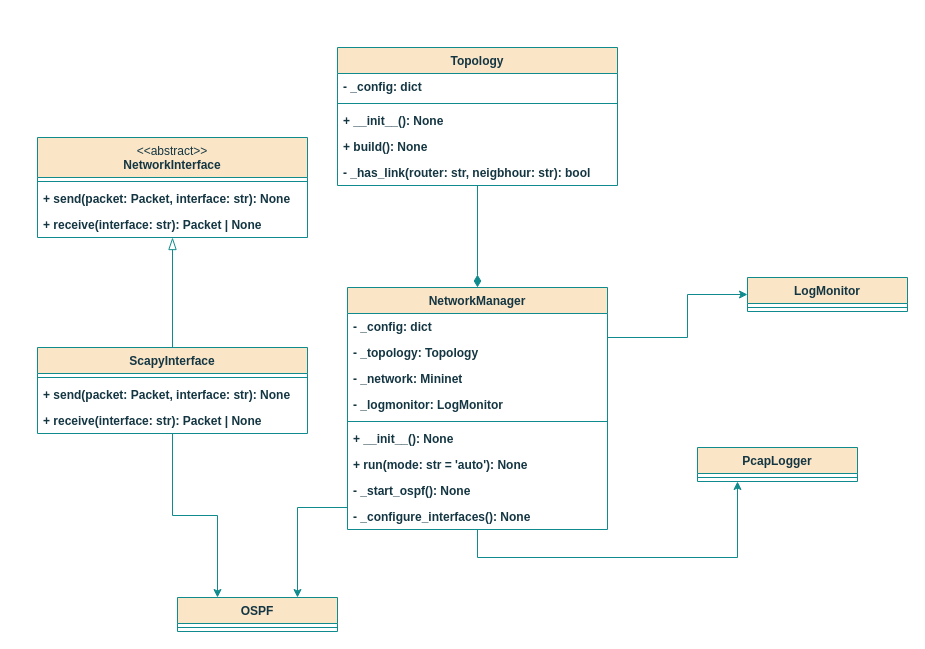
x3gan/thesis keeps this draw.io diagram as page "network_osztalydiagram" (5 of 12) of documentation/abrak.drawio. Above is the earlier version. Source tidied: cells renumbered, new cells numbered last; positions are measured from the earlier drawing's top-left corner, leaving out a move shared by most shapes. Both pictures are drawn from the tidied source at 100%, with x=0, y=0 at pixel (37, 47).
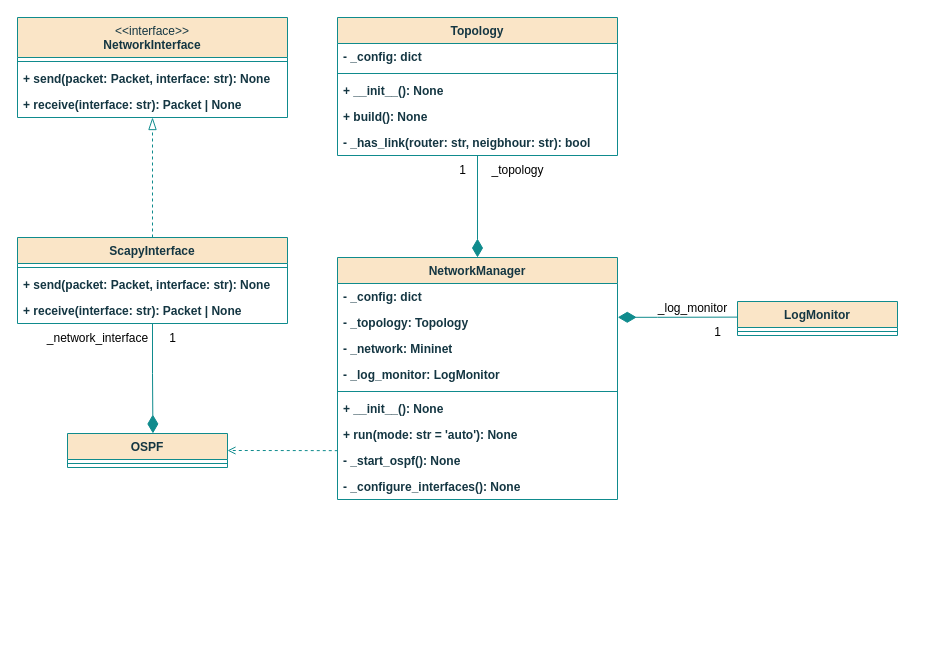
The same page after the edit.

Unchanged cells that the change refers to:
```xml
<mxCell id="5" value="+ receive(interface: str): Packet | None" style="text;strokeColor=none;fillColor=none;align=left;verticalAlign=top;spacingLeft=4;spacingRight=4;overflow=hidden;points=[[0,0.5],[1,0.5]];portConstraint=eastwest;whiteSpace=wrap;html=1;fontFamily=Helvetica;fontSize=12;fontColor=#143642;fontStyle=1;labelBackgroundColor=none;horizontal=1;" parent="2" vertex="1">
  <mxGeometry y="74" width="270" height="26" as="geometry" />
</mxCell>
```

Diff of the diagram source:
```diff
@@
-    <mxCell id="2" value="&lt;div&gt;&lt;span style=&quot;font-weight: normal;&quot;&gt;&amp;lt;&amp;lt;abstract&amp;gt;&amp;gt;&lt;/span&gt;&lt;/div&gt;NetworkInterface" style="swimlane;fontStyle=1;align=center;verticalAlign=top;horizontal=1;startSize=40;whiteSpace=wrap;html=1;fillColor=#FAE5C7;strokeColor=#0F8B8D;fontFamily=Helvetica;fontSize=12;fontColor=#143642;labelBackgroundColor=none;" parent="1" vertex="1">
-      <mxGeometry y="90" width="270" height="100" as="geometry" />
+    <mxCell id="2" value="&lt;div&gt;&lt;span style=&quot;font-weight: normal;&quot;&gt;&amp;lt;&amp;lt;interface&amp;gt;&amp;gt;&lt;/span&gt;&lt;/div&gt;NetworkInterface" style="swimlane;fontStyle=1;align=center;verticalAlign=top;horizontal=1;startSize=40;whiteSpace=wrap;html=1;fillColor=#FAE5C7;strokeColor=#0F8B8D;fontFamily=Helvetica;fontSize=12;fontColor=#143642;labelBackgroundColor=none;" parent="1" vertex="1">
+      <mxGeometry x="-20" y="-30" width="270" height="100" as="geometry" />
     </mxCell>
@@
-    <mxCell id="6" style="edgeStyle=orthogonalEdgeStyle;rounded=0;jettySize=auto;html=1;entryX=0.5;entryY=1.002;entryDx=0;entryDy=0;entryPerimeter=0;endArrow=blockThin;endFill=0;strokeWidth=1;endSize=10;startSize=40;fillColor=#FAE5C7;strokeColor=#0F8B8D;align=center;verticalAlign=top;fontFamily=Helvetica;fontSize=12;fontColor=#143642;fontStyle=1;labelBackgroundColor=none;horizontal=1;" parent="1" edge="1" source="8" target="5">
+    <mxCell id="6" style="edgeStyle=orthogonalEdgeStyle;rounded=0;jettySize=auto;html=1;entryX=0.5;entryY=1.002;entryDx=0;entryDy=0;entryPerimeter=0;endArrow=blockThin;endFill=0;strokeWidth=1;endSize=10;startSize=40;fillColor=#FAE5C7;strokeColor=#0F8B8D;align=center;verticalAlign=top;fontFamily=Helvetica;fontSize=12;fontColor=#143642;fontStyle=1;labelBackgroundColor=none;horizontal=1;dashed=1;" parent="1" edge="1" source="8" target="5">
       <mxGeometry relative="1" as="geometry" />
     </mxCell>
-    <mxCell id="7" style="edgeStyle=orthogonalEdgeStyle;rounded=0;jettySize=auto;html=1;entryX=0.25;entryY=0;entryDx=0;entryDy=0;strokeColor=#0F8B8D;align=center;verticalAlign=top;fontFamily=Helvetica;fontSize=12;fontColor=#143642;fontStyle=1;labelBackgroundColor=none;horizontal=1;startSize=26;fillColor=#FAE5C7;" parent="1" edge="1" source="8" target="32">
+    <mxCell id="7" style="edgeStyle=orthogonalEdgeStyle;rounded=0;jettySize=auto;html=1;entryX=0.534;entryY=-0.002;entryDx=0;entryDy=0;strokeColor=#0F8B8D;align=center;verticalAlign=top;fontFamily=Helvetica;fontSize=12;fontColor=#143642;fontStyle=1;labelBackgroundColor=none;horizontal=1;startSize=26;fillColor=#FAE5C7;entryPerimeter=0;endArrow=diamondThin;endFill=1;endSize=16;" parent="1" edge="1" source="8" target="32">
       <mxGeometry relative="1" as="geometry" />
     </mxCell>
     <mxCell id="8" value="ScapyInterface" style="swimlane;fontStyle=1;align=center;verticalAlign=top;horizontal=1;startSize=26;whiteSpace=wrap;html=1;strokeColor=#0F8B8D;fontFamily=Helvetica;fontSize=12;fontColor=#143642;labelBackgroundColor=none;fillColor=#FAE5C7;" parent="1" vertex="1">
-      <mxGeometry y="300" width="270" height="86" as="geometry" />
+      <mxGeometry x="-20" y="190" width="270" height="86" as="geometry" />
     </mxCell>
@@
-    <mxCell id="12" style="edgeStyle=orthogonalEdgeStyle;rounded=0;jettySize=auto;html=1;entryX=0.5;entryY=0;entryDx=0;entryDy=0;endArrow=diamondThin;endFill=1;endSize=10;startSize=26;strokeColor=#0F8B8D;align=center;verticalAlign=top;fontFamily=Helvetica;fontSize=12;fontColor=#143642;fontStyle=1;labelBackgroundColor=none;horizontal=1;fillColor=#FAE5C7;" parent="1" edge="1" source="13" target="22">
+    <mxCell id="12" style="edgeStyle=orthogonalEdgeStyle;rounded=0;jettySize=auto;html=1;entryX=0.5;entryY=0;entryDx=0;entryDy=0;endArrow=diamondThin;endFill=1;endSize=16;startSize=26;strokeColor=#0F8B8D;align=center;verticalAlign=top;fontFamily=Helvetica;fontSize=12;fontColor=#143642;fontStyle=1;labelBackgroundColor=none;horizontal=1;fillColor=#FAE5C7;" parent="1" edge="1" source="13" target="22">
       <mxGeometry relative="1" as="geometry" />
     </mxCell>
     <mxCell id="13" value="Topology" style="swimlane;fontStyle=1;align=center;verticalAlign=top;horizontal=1;startSize=26;whiteSpace=wrap;html=1;strokeColor=#0F8B8D;fontFamily=Helvetica;fontSize=12;fontColor=#143642;labelBackgroundColor=none;fillColor=#FAE5C7;" parent="1" vertex="1">
-      <mxGeometry x="300" width="280" height="138" as="geometry" />
+      <mxGeometry x="300" y="-30" width="280" height="138" as="geometry" />
     </mxCell>
@@
-    <mxCell id="19" style="edgeStyle=orthogonalEdgeStyle;rounded=0;jettySize=auto;html=1;entryX=0.75;entryY=0;entryDx=0;entryDy=0;strokeColor=#0F8B8D;align=center;verticalAlign=top;fontFamily=Helvetica;fontSize=12;fontColor=#143642;fontStyle=1;labelBackgroundColor=none;horizontal=1;startSize=26;fillColor=#FAE5C7;" parent="1" edge="1" source="22" target="32">
+    <mxCell id="19" style="edgeStyle=orthogonalEdgeStyle;rounded=0;jettySize=auto;html=1;entryX=1;entryY=0.5;entryDx=0;entryDy=0;strokeColor=#0F8B8D;align=center;verticalAlign=top;fontFamily=Helvetica;fontSize=12;fontColor=#143642;fontStyle=1;labelBackgroundColor=none;horizontal=1;startSize=26;fillColor=#FAE5C7;exitX=0.001;exitY=0.121;exitDx=0;exitDy=0;exitPerimeter=0;endArrow=open;endFill=0;dashed=1;" parent="1" edge="1" source="30" target="32">
       <mxGeometry relative="1" as="geometry">
         <Array as="points">
-          <mxPoint x="260" y="460" />
+          <mxPoint x="270" y="403" />
         </Array>
       </mxGeometry>
     </mxCell>
-    <mxCell id="20" style="edgeStyle=orthogonalEdgeStyle;rounded=0;jettySize=auto;html=1;entryX=0.25;entryY=1;entryDx=0;entryDy=0;strokeColor=#0F8B8D;align=center;verticalAlign=top;fontFamily=Helvetica;fontSize=12;fontColor=#143642;fontStyle=1;labelBackgroundColor=none;horizontal=1;startSize=26;fillColor=#FAE5C7;" parent="1" edge="1" source="22" target="34">
-      <mxGeometry relative="1" as="geometry">
-        <Array as="points">
-          <mxPoint x="440" y="510" />
-          <mxPoint x="700" y="510" />
-        </Array>
-      </mxGeometry>
-    </mxCell>
-    <mxCell id="21" style="edgeStyle=orthogonalEdgeStyle;rounded=0;jettySize=auto;html=1;entryX=0;entryY=0.5;entryDx=0;entryDy=0;strokeColor=#0F8B8D;align=center;verticalAlign=top;fontFamily=Helvetica;fontSize=12;fontColor=#143642;fontStyle=1;labelBackgroundColor=none;horizontal=1;startSize=26;fillColor=#FAE5C7;" parent="1" edge="1" source="22" target="36">
+    <mxCell id="21" style="edgeStyle=orthogonalEdgeStyle;rounded=0;jettySize=auto;html=1;entryX=-0.001;entryY=0.459;entryDx=0;entryDy=0;strokeColor=#0F8B8D;align=center;verticalAlign=top;fontFamily=Helvetica;fontSize=12;fontColor=#143642;fontStyle=1;labelBackgroundColor=none;horizontal=1;startSize=16;fillColor=#FAE5C7;exitX=1.001;exitY=0.3;exitDx=0;exitDy=0;exitPerimeter=0;entryPerimeter=0;startArrow=diamondThin;startFill=1;endArrow=none;" parent="1" edge="1" source="24" target="36">
       <mxGeometry relative="1" as="geometry">
         <Array as="points">
-          <mxPoint x="650" y="290" />
-          <mxPoint x="650" y="247" />
+          <mxPoint x="620" y="270" />
+          <mxPoint x="680" y="270" />
         </Array>
       </mxGeometry>
     </mxCell>
     <mxCell id="22" value="NetworkManager" style="swimlane;fontStyle=1;align=center;verticalAlign=top;horizontal=1;startSize=26;whiteSpace=wrap;html=1;strokeColor=#0F8B8D;fontFamily=Helvetica;fontSize=12;fontColor=#143642;labelBackgroundColor=none;fillColor=#FAE5C7;" parent="1" vertex="1">
-      <mxGeometry x="310" y="240" width="260" height="242" as="geometry" />
+      <mxGeometry x="300" y="210" width="280" height="242" as="geometry" />
     </mxCell>
     <mxCell id="23" value="- _config: dict" style="text;strokeColor=none;fillColor=none;align=left;verticalAlign=top;spacingLeft=4;spacingRight=4;overflow=hidden;whiteSpace=wrap;html=1;fontFamily=Helvetica;fontSize=12;fontColor=#143642;fontStyle=1;labelBackgroundColor=none;horizontal=1;" parent="22" vertex="1">
-      <mxGeometry y="26" width="260" height="26" as="geometry" />
+      <mxGeometry y="26" width="280" height="26" as="geometry" />
     </mxCell>
     <mxCell id="24" value="- _topology: Topology" style="text;strokeColor=none;fillColor=none;align=left;verticalAlign=top;spacingLeft=4;spacingRight=4;overflow=hidden;points=[[0,0.5],[1,0.5]];portConstraint=eastwest;whiteSpace=wrap;html=1;fontFamily=Helvetica;fontSize=12;fontColor=#143642;fontStyle=1;labelBackgroundColor=none;horizontal=1;" parent="22" vertex="1">
-      <mxGeometry y="52" width="260" height="26" as="geometry" />
+      <mxGeometry y="52" width="280" height="26" as="geometry" />
     </mxCell>
     <mxCell id="25" value="- _network: Mininet" style="text;strokeColor=none;fillColor=none;align=left;verticalAlign=top;spacingLeft=4;spacingRight=4;overflow=hidden;whiteSpace=wrap;html=1;fontFamily=Helvetica;fontSize=12;fontColor=#143642;fontStyle=1;labelBackgroundColor=none;horizontal=1;" parent="22" vertex="1">
-      <mxGeometry y="78" width="260" height="26" as="geometry" />
+      <mxGeometry y="78" width="280" height="26" as="geometry" />
     </mxCell>
-    <mxCell id="26" value="- _logmonitor: LogMonitor" style="text;strokeColor=none;fillColor=none;align=left;verticalAlign=top;spacingLeft=4;spacingRight=4;overflow=hidden;whiteSpace=wrap;html=1;fontFamily=Helvetica;fontSize=12;fontColor=#143642;fontStyle=1;labelBackgroundColor=none;horizontal=1;" parent="22" vertex="1">
-      <mxGeometry y="104" width="260" height="26" as="geometry" />
+    <mxCell id="26" value="- _log_monitor: LogMonitor" style="text;strokeColor=none;fillColor=none;align=left;verticalAlign=top;spacingLeft=4;spacingRight=4;overflow=hidden;whiteSpace=wrap;html=1;fontFamily=Helvetica;fontSize=12;fontColor=#143642;fontStyle=1;labelBackgroundColor=none;horizontal=1;" parent="22" vertex="1">
+      <mxGeometry y="104" width="280" height="26" as="geometry" />
     </mxCell>
     <mxCell id="27" style="line;strokeWidth=1;fillColor=#FAE5C7;align=center;verticalAlign=top;spacingTop=-1;spacingLeft=3;spacingRight=3;labelPosition=right;strokeColor=#0F8B8D;fontFamily=Helvetica;fontSize=12;fontColor=#143642;fontStyle=1;labelBackgroundColor=none;horizontal=1;" parent="22" vertex="1">
-      <mxGeometry y="130" width="260" height="8" as="geometry" />
+      <mxGeometry y="130" width="280" height="8" as="geometry" />
     </mxCell>
     <mxCell id="28" value="+ __init__(): None" style="text;strokeColor=none;fillColor=none;align=left;verticalAlign=top;spacingLeft=4;spacingRight=4;overflow=hidden;whiteSpace=wrap;html=1;fontFamily=Helvetica;fontSize=12;fontColor=#143642;fontStyle=1;labelBackgroundColor=none;horizontal=1;" parent="22" vertex="1">
-      <mxGeometry y="138" width="260" height="26" as="geometry" />
+      <mxGeometry y="138" width="280" height="26" as="geometry" />
     </mxCell>
     <mxCell id="29" value="+ run(mode: str = 'auto'): None" style="text;strokeColor=none;fillColor=none;align=left;verticalAlign=top;spacingLeft=4;spacingRight=4;overflow=hidden;whiteSpace=wrap;html=1;fontFamily=Helvetica;fontSize=12;fontColor=#143642;fontStyle=1;labelBackgroundColor=none;horizontal=1;" parent="22" vertex="1">
-      <mxGeometry y="164" width="260" height="26" as="geometry" />
+      <mxGeometry y="164" width="280" height="26" as="geometry" />
     </mxCell>
     <mxCell id="30" value="- _start_ospf(): None" style="text;strokeColor=none;fillColor=none;align=left;verticalAlign=top;spacingLeft=4;spacingRight=4;overflow=hidden;points=[[0,0.5],[1,0.5]];portConstraint=eastwest;whiteSpace=wrap;html=1;fontFamily=Helvetica;fontSize=12;fontColor=#143642;fontStyle=1;labelBackgroundColor=none;horizontal=1;" parent="22" vertex="1">
-      <mxGeometry y="190" width="260" height="26" as="geometry" />
+      <mxGeometry y="190" width="280" height="26" as="geometry" />
     </mxCell>
     <mxCell id="31" value="- _configure_interfaces(): None" style="text;strokeColor=none;fillColor=none;align=left;verticalAlign=top;spacingLeft=4;spacingRight=4;overflow=hidden;whiteSpace=wrap;html=1;fontFamily=Helvetica;fontSize=12;fontColor=#143642;fontStyle=1;labelBackgroundColor=none;horizontal=1;" parent="22" vertex="1">
-      <mxGeometry y="216" width="260" height="26" as="geometry" />
+      <mxGeometry y="216" width="280" height="26" as="geometry" />
     </mxCell>
     <mxCell id="32" value="OSPF" style="swimlane;fontStyle=1;align=center;verticalAlign=top;horizontal=1;startSize=26;whiteSpace=wrap;html=1;strokeColor=#0F8B8D;fontFamily=Helvetica;fontSize=12;fontColor=#143642;labelBackgroundColor=none;fillColor=#FAE5C7;" parent="1" vertex="1">
-      <mxGeometry x="140" y="550" width="160" height="34" as="geometry" />
+      <mxGeometry x="30" y="386" width="160" height="34" as="geometry" />
     </mxCell>
@@
-    <mxCell id="34" value="PcapLogger" style="swimlane;fontStyle=1;align=center;verticalAlign=top;horizontal=1;startSize=26;whiteSpace=wrap;html=1;strokeColor=#0F8B8D;fontFamily=Helvetica;fontSize=12;fontColor=#143642;labelBackgroundColor=none;fillColor=#FAE5C7;" parent="1" vertex="1">
-      <mxGeometry x="660" y="400" width="160" height="34" as="geometry" />
-    </mxCell>
-    <mxCell id="35" style="line;strokeWidth=1;fillColor=#FAE5C7;align=center;verticalAlign=top;spacingTop=-1;spacingLeft=3;spacingRight=3;labelPosition=right;strokeColor=#0F8B8D;fontFamily=Helvetica;fontSize=12;fontColor=#143642;fontStyle=1;labelBackgroundColor=none;horizontal=1;" parent="34" vertex="1">
-      <mxGeometry y="26" width="160" height="8" as="geometry" />
-    </mxCell>
     <mxCell id="36" value="LogMonitor" style="swimlane;fontStyle=1;align=center;verticalAlign=top;horizontal=1;startSize=26;whiteSpace=wrap;html=1;strokeColor=#0F8B8D;fontFamily=Helvetica;fontSize=12;fontColor=#143642;labelBackgroundColor=none;fillColor=#FAE5C7;" parent="1" vertex="1">
-      <mxGeometry x="710" y="230" width="160" height="34" as="geometry" />
+      <mxGeometry x="700" y="254" width="160" height="34" as="geometry" />
     </mxCell>
@@
+    <mxCell id="38" value="_topology" style="text;html=1;align=center;verticalAlign=middle;strokeColor=none;fillColor=none;" parent="1" vertex="1">
+      <mxGeometry x="440" y="108" width="80" height="30" as="geometry" />
+    </mxCell>
+    <mxCell id="39" value="1" style="text;html=1;align=center;verticalAlign=middle;strokeColor=none;fillColor=none;" parent="1" vertex="1">
+      <mxGeometry x="410" y="108" width="30" height="30" as="geometry" />
+    </mxCell>
+    <mxCell id="40" value="_network_interface" style="text;html=1;align=center;verticalAlign=middle;strokeColor=none;fillColor=none;" parent="1" vertex="1">
+      <mxGeometry y="276" width="120" height="30" as="geometry" />
+    </mxCell>
+    <mxCell id="41" value="1" style="text;html=1;align=center;verticalAlign=middle;strokeColor=none;fillColor=none;" parent="1" vertex="1">
+      <mxGeometry x="120" y="276" width="30" height="30" as="geometry" />
+    </mxCell>
+    <mxCell id="42" value="_log_monitor" style="text;html=1;align=center;verticalAlign=middle;strokeColor=none;fillColor=none;" parent="1" vertex="1">
+      <mxGeometry x="610" y="246" width="90" height="30" as="geometry" />
+    </mxCell>
+    <mxCell id="43" value="1" style="text;html=1;align=center;verticalAlign=middle;strokeColor=none;fillColor=none;" parent="1" vertex="1">
+      <mxGeometry x="665" y="270" width="30" height="30" as="geometry" />
+    </mxCell>
```
